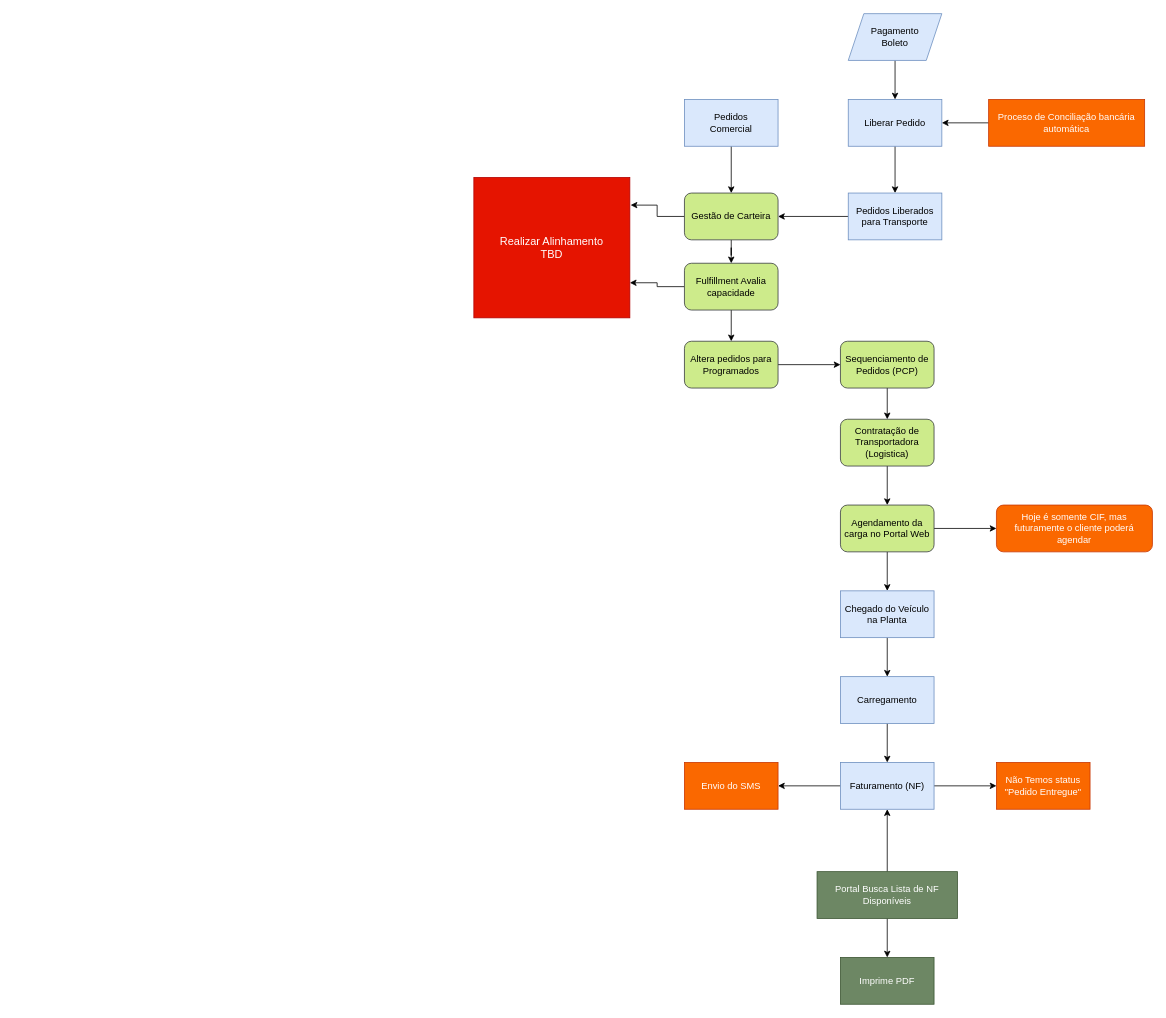
anlugifa/drawio keeps this draw.io diagram as page "Entrega" (2 of 3) of OnlineSales.v7.drawio. Above is the earlier version. Source tidied: cells renumbered, new cells numbered last; positions are measured from the earlier drawing's top-left corner, leaving out a move shared by most shapes. Both pictures are drawn from the tidied source at 78%, with x=0, y=0 at pixel (473, 13).
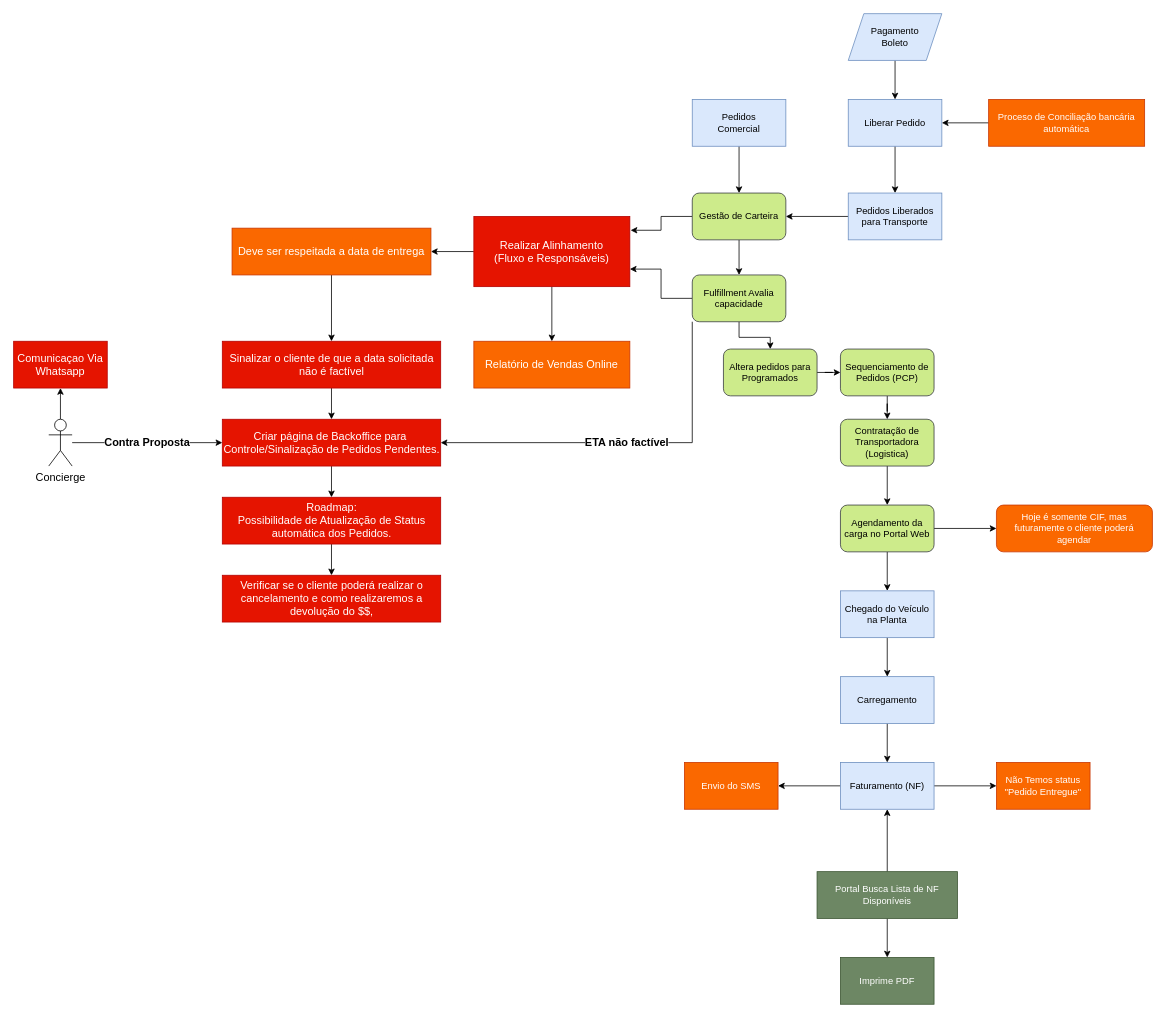
The same diagram, later.

The edit, as a diff of the source:
```diff
@@
     <mxCell id="16" value="Gestão de Carteira" style="whiteSpace=wrap;html=1;rounded=1;fontSize=12;strokeColor=#36393d;fillColor=#cdeb8b;" parent="1" vertex="1">
-      <mxGeometry x="270" y="230" width="120" height="60" as="geometry" />
+      <mxGeometry x="280" y="230" width="120" height="60" as="geometry" />
     </mxCell>
@@
+    <mxCell id="42" value="ETA não factível" style="edgeStyle=orthogonalEdgeStyle;rounded=0;jettySize=auto;html=1;exitX=0;exitY=1;exitDx=0;exitDy=0;fontSize=14;entryX=1;entryY=0.5;entryDx=0;entryDy=0;fontStyle=1;" parent="1" edge="1" source="19" target="52">
+      <mxGeometry relative="1" as="geometry" />
+    </mxCell>
     <mxCell id="19" value="Fulfillment Avalia capacidade" style="whiteSpace=wrap;html=1;rounded=1;fontSize=12;strokeColor=#36393d;fillColor=#cdeb8b;" parent="1" vertex="1">
-      <mxGeometry x="270" y="320" width="120" height="60" as="geometry" />
+      <mxGeometry x="280" y="335" width="120" height="60" as="geometry" />
     </mxCell>
@@
     <mxCell id="21" value="Altera pedidos para Programados" style="whiteSpace=wrap;html=1;rounded=1;fontSize=12;strokeColor=#36393d;fillColor=#cdeb8b;" parent="1" vertex="1">
-      <mxGeometry x="270" y="420" width="120" height="60" as="geometry" />
+      <mxGeometry x="320" y="430" width="120" height="60" as="geometry" />
     </mxCell>
@@
     <mxCell id="23" value="Pedidos &lt;br style=&quot;font-size: 12px;&quot;&gt;Comercial" style="rounded=0;whiteSpace=wrap;html=1;strokeColor=#6c8ebf;fontSize=12;align=center;fillColor=#dae8fc;" parent="1" vertex="1">
-      <mxGeometry x="270" y="110" width="120" height="60" as="geometry" />
+      <mxGeometry x="280" y="110" width="120" height="60" as="geometry" />
     </mxCell>
+    <mxCell id="43" style="edgeStyle=orthogonalEdgeStyle;rounded=0;jettySize=auto;html=1;fontSize=14;" parent="1" edge="1" source="24" target="45">
+      <mxGeometry relative="1" as="geometry" />
+    </mxCell>
+    <mxCell id="44" style="edgeStyle=orthogonalEdgeStyle;rounded=0;jettySize=auto;html=1;fontSize=14;" parent="1" edge="1" source="24" target="47">
+      <mxGeometry relative="1" as="geometry" />
+    </mxCell>
-    <mxCell id="24" value="Realizar Alinhamento&lt;br style=&quot;font-size: 14px;&quot;&gt;TBD" style="rounded=0;whiteSpace=wrap;html=1;strokeColor=#B20000;fontSize=14;align=center;fillColor=#e51400;fontColor=#ffffff;" parent="1" vertex="1">
-      <mxGeometry y="210" width="200" height="180" as="geometry" />
+    <mxCell id="24" value="Realizar Alinhamento&lt;br style=&quot;font-size: 14px&quot;&gt;(Fluxo e Responsáveis)" style="rounded=0;whiteSpace=wrap;html=1;strokeColor=#B20000;fontSize=14;align=center;fillColor=#e51400;fontColor=#ffffff;" parent="1" vertex="1">
+      <mxGeometry y="260" width="200" height="90" as="geometry" />
     </mxCell>
@@
     <mxCell id="26" value="Sequenciamento de Pedidos (PCP)" style="whiteSpace=wrap;html=1;rounded=1;fontSize=12;strokeColor=#36393d;fillColor=#cdeb8b;" parent="1" vertex="1">
-      <mxGeometry x="470" y="420" width="120" height="60" as="geometry" />
+      <mxGeometry x="470" y="430" width="120" height="60" as="geometry" />
     </mxCell>
@@
+    <mxCell id="45" value="Relatório de Vendas Online" style="whiteSpace=wrap;html=1;rounded=0;fontSize=14;fontColor=#ffffff;strokeColor=#C73500;fillColor=#fa6800;" parent="1" vertex="1">
+      <mxGeometry y="420" width="200" height="60" as="geometry" />
+    </mxCell>
+    <mxCell id="46" style="edgeStyle=orthogonalEdgeStyle;rounded=0;jettySize=auto;html=1;fontSize=14;" parent="1" edge="1" source="47" target="49">
+      <mxGeometry relative="1" as="geometry" />
+    </mxCell>
+    <mxCell id="47" value="Deve ser respeitada a data de entrega" style="whiteSpace=wrap;html=1;rounded=0;fontSize=14;fontColor=#ffffff;strokeColor=#C73500;fillColor=#fa6800;" parent="1" vertex="1">
+      <mxGeometry x="-310" y="275" width="255" height="60" as="geometry" />
+    </mxCell>
+    <mxCell id="48" style="edgeStyle=orthogonalEdgeStyle;rounded=0;jettySize=auto;html=1;fontSize=14;" parent="1" edge="1" source="49" target="52">
+      <mxGeometry relative="1" as="geometry" />
+    </mxCell>
+    <mxCell id="49" value="Sinalizar o cliente de que a data solicitada não é factível" style="whiteSpace=wrap;html=1;rounded=0;fontSize=14;fontColor=#ffffff;strokeColor=#B20000;fillColor=#e51400;" parent="1" vertex="1">
+      <mxGeometry x="-322.5" y="420" width="280" height="60" as="geometry" />
+    </mxCell>
+    <mxCell id="50" style="edgeStyle=orthogonalEdgeStyle;rounded=0;jettySize=auto;html=1;fontSize=14;" parent="1" edge="1" source="52" target="54">
+      <mxGeometry relative="1" as="geometry" />
+    </mxCell>
+    <mxCell id="51" style="edgeStyle=orthogonalEdgeStyle;rounded=0;jettySize=auto;html=1;fontSize=14;" parent="1" edge="1" source="58" target="56">
+      <mxGeometry relative="1" as="geometry" />
+    </mxCell>
+    <mxCell id="52" value="Criar página de Backoffice para&amp;nbsp; Controle/Sinalização de Pedidos Pendentes." style="whiteSpace=wrap;html=1;rounded=0;fontSize=14;fontColor=#ffffff;strokeColor=#B20000;fillColor=#e51400;" parent="1" vertex="1">
+      <mxGeometry x="-322.5" y="520" width="280" height="60" as="geometry" />
+    </mxCell>
+    <mxCell id="53" style="edgeStyle=orthogonalEdgeStyle;rounded=0;jettySize=auto;html=1;fontSize=14;" parent="1" edge="1" source="54" target="55">
+      <mxGeometry relative="1" as="geometry" />
+    </mxCell>
+    <mxCell id="54" value="Roadmap: &lt;br&gt;Possibilidade de Atualização de Status automática dos Pedidos." style="whiteSpace=wrap;html=1;rounded=0;fontSize=14;fontColor=#ffffff;strokeColor=#B20000;fillColor=#e51400;" parent="1" vertex="1">
+      <mxGeometry x="-322.5" y="620" width="280" height="60" as="geometry" />
+    </mxCell>
+    <mxCell id="55" value="Verificar se o cliente poderá realizar o cancelamento e como realizaremos a devolução do $$," style="whiteSpace=wrap;html=1;rounded=0;fontSize=14;fontColor=#ffffff;strokeColor=#B20000;fillColor=#e51400;" parent="1" vertex="1">
+      <mxGeometry x="-322.5" y="720" width="280" height="60" as="geometry" />
+    </mxCell>
+    <mxCell id="56" value="Comunicaçao Via Whatsapp" style="whiteSpace=wrap;html=1;rounded=0;fontSize=14;fontColor=#ffffff;strokeColor=#B20000;fillColor=#e51400;" parent="1" vertex="1">
+      <mxGeometry x="-590" y="420" width="120" height="60" as="geometry" />
+    </mxCell>
+    <mxCell id="57" value="Contra Proposta" style="edgeStyle=orthogonalEdgeStyle;rounded=0;jettySize=auto;html=1;entryX=0;entryY=0.5;entryDx=0;entryDy=0;fontSize=14;fontStyle=1;" parent="1" edge="1" source="58" target="52">
+      <mxGeometry relative="1" as="geometry" />
+    </mxCell>
+    <mxCell id="58" value="Concierge" style="shape=umlActor;verticalLabelPosition=bottom;verticalAlign=top;html=1;outlineConnect=0;fontSize=14;" parent="1" vertex="1">
+      <mxGeometry x="-545" y="520" width="30" height="60" as="geometry" />
+    </mxCell>
```
